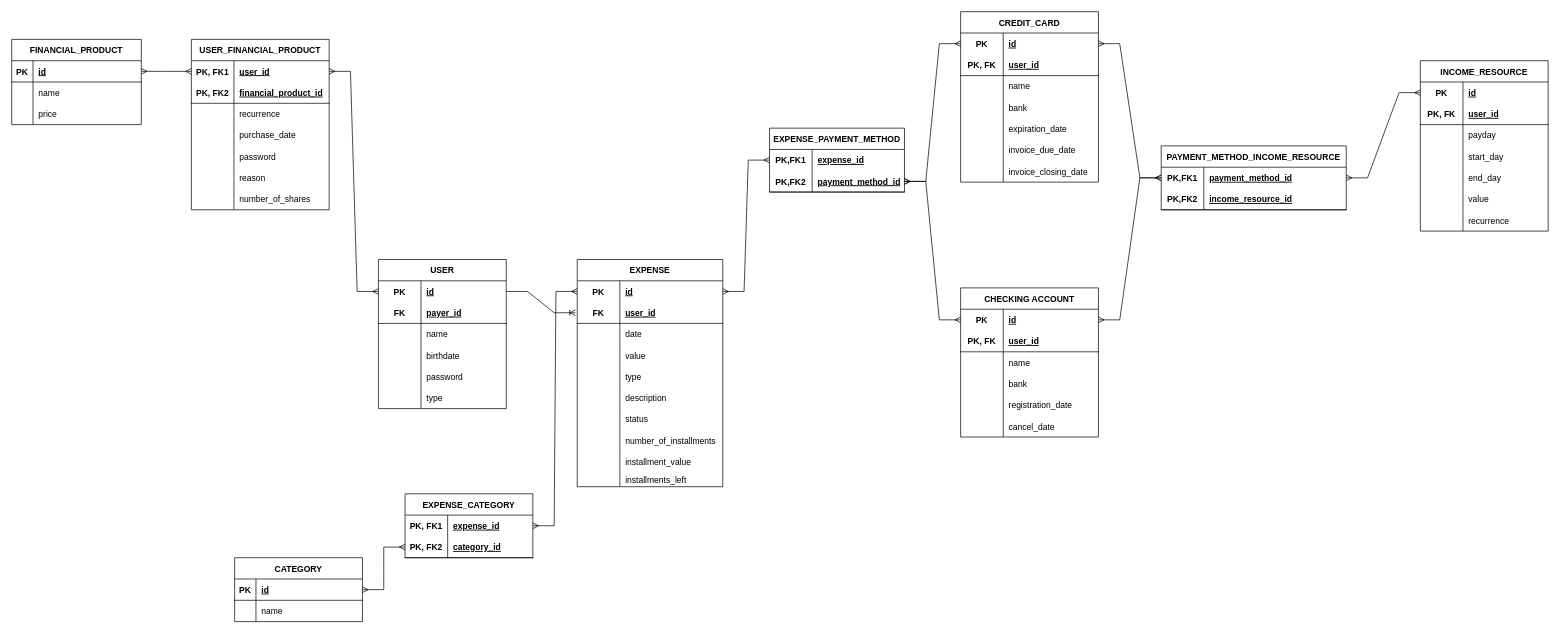
Above: Data/DataDiagrams/logicalModel.drawio in giogvn/FinalProjectCTEDS (draw.io), before the change. Source tidied: cells renumbered, new cells numbered last; positions are measured from the earlier drawing's top-left corner, leaving out a move shared by most shapes. Both pictures are drawn from the tidied source at 71%, with x=0, y=0 at pixel (11, 11).
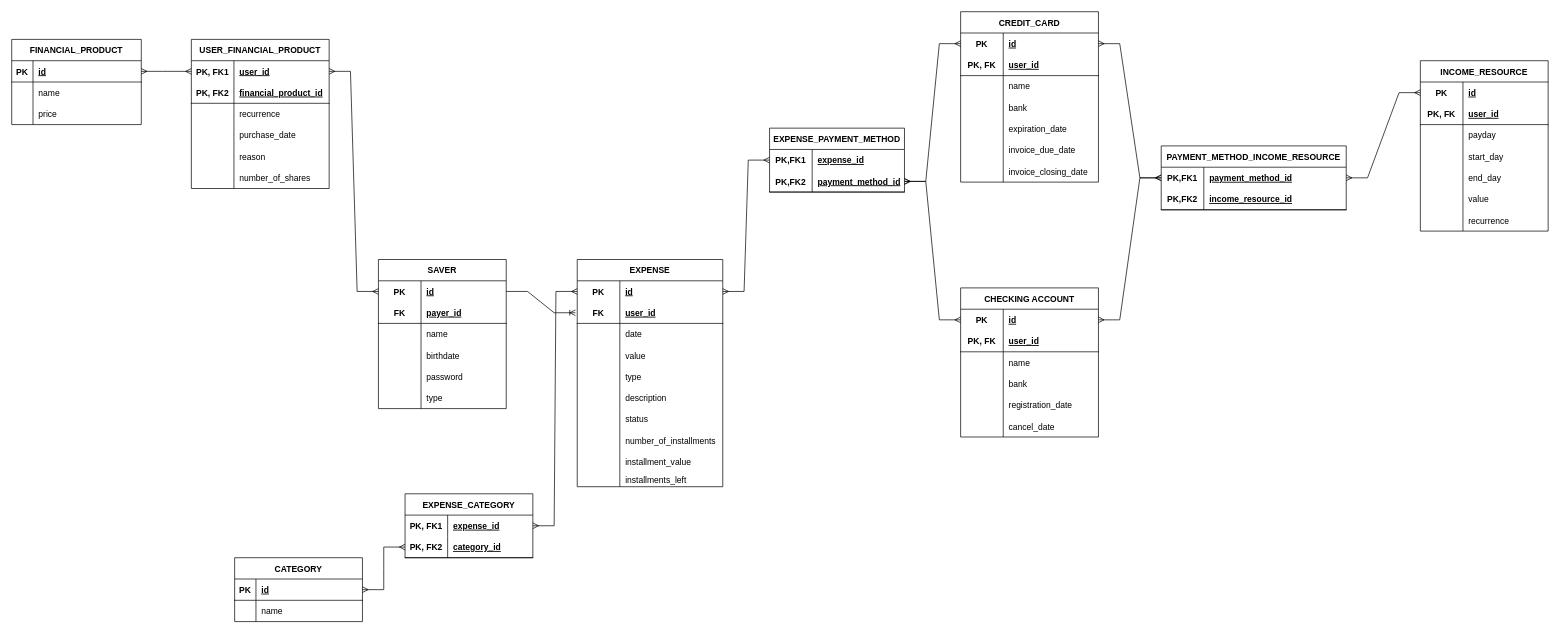
After the change.

Commit message (it also covers changes not shown here):
Changes User Relation's name to Saver and deleter password from the FinancialProduct relation in the Logical Model

The edit, as a diff of the source:
```diff
@@
-    <mxCell id="2" value="USER" style="shape=table;startSize=30;childLayout=tableLayout;rowLines=0;fontStyle=1;align=center;" parent="1" vertex="1">
+    <mxCell id="2" value="SAVER" style="shape=table;startSize=30;childLayout=tableLayout;rowLines=0;fontStyle=1;align=center;" parent="1" vertex="1">
       <mxGeometry x="516.5" y="349" width="180" height="210" as="geometry" />
     </mxCell>
@@
     <mxCell id="83" value="USER_FINANCIAL_PRODUCT" style="shape=table;startSize=30;childLayout=tableLayout;rowLines=0;fontStyle=1;align=center;" parent="1" vertex="1">
-      <mxGeometry x="253" y="39" width="194.1" height="240" as="geometry" />
+      <mxGeometry x="253" y="39" width="194.1" height="210" as="geometry" />
     </mxCell>
@@
-    <mxCell id="96" style="shape=tableRow;horizontal=0;startSize=0;swimlaneHead=0;swimlaneBody=0;fillColor=none;top=0;left=0;right=0;bottom=0;" parent="83" vertex="1">
-      <mxGeometry y="150" width="194.1" height="30" as="geometry" />
-    </mxCell>
-    <mxCell id="97" style="shape=partialRectangle;fillColor=none;top=0;left=0;bottom=0;right=0;overflow=hidden;" parent="96" vertex="1">
-      <mxGeometry width="60" height="30" as="geometry" />
-    </mxCell>
-    <mxCell id="98" value="password" style="shape=partialRectangle;fillColor=none;top=0;left=0;bottom=0;right=0;align=left;spacingLeft=6;overflow=hidden;" parent="96" vertex="1">
-      <mxGeometry x="60" width="134.1" height="30" as="geometry" />
-    </mxCell>
     <mxCell id="99" style="shape=tableRow;horizontal=0;startSize=0;swimlaneHead=0;swimlaneBody=0;fillColor=none;top=0;left=0;right=0;bottom=0;" parent="83" vertex="1">
-      <mxGeometry y="180" width="194.1" height="30" as="geometry" />
+      <mxGeometry y="150" width="194.1" height="30" as="geometry" />
     </mxCell>
@@
     <mxCell id="102" style="shape=tableRow;horizontal=0;startSize=0;swimlaneHead=0;swimlaneBody=0;fillColor=none;top=0;left=0;right=0;bottom=0;" parent="83" vertex="1">
-      <mxGeometry y="210" width="194.1" height="30" as="geometry" />
+      <mxGeometry y="180" width="194.1" height="30" as="geometry" />
     </mxCell>
```
